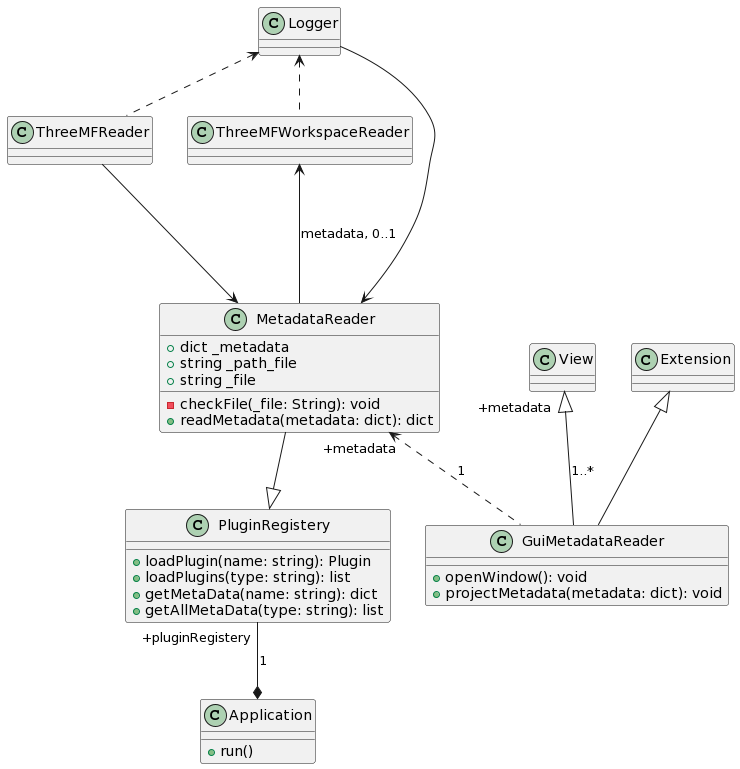
This is UML Diagrams/UML Class Diagram 3MFGui.png from GeoKrom/NTUA-Technologies-and-Applications-of-Additive-Manufacturing-3D-Printing-course, a PlantUML export, as it was before one commit.
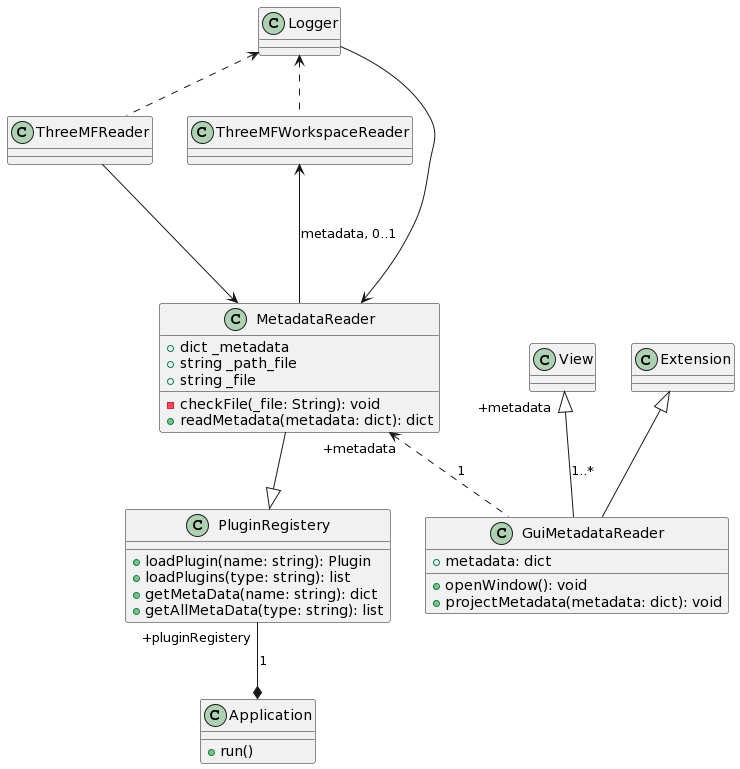
Above is the later version.

Change to the diagram source:
```diff
@@ -17,6 +17,7 @@
 }
 class GuiMetadataReader {
 
+    +metadata: dict
     +openWindow(): void
     +projectMetadata(metadata: dict): void
 
```
